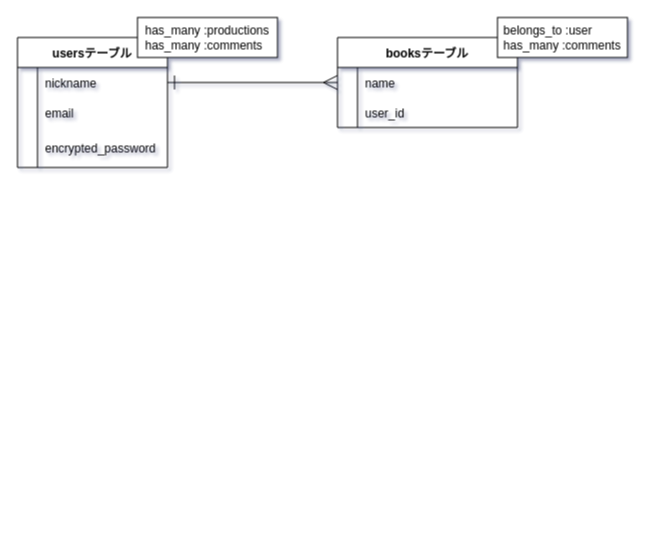
SettingTom/read-tech keeps this draw.io diagram as ER.dio. Above is the earlier version. Source tidied: cells renumbered, new cells numbered last; positions are measured from the earlier drawing's top-left corner, leaving out a move shared by most shapes. Both pictures are drawn from the tidied source at 100%, with x=0, y=0 at pixel (17, 17).
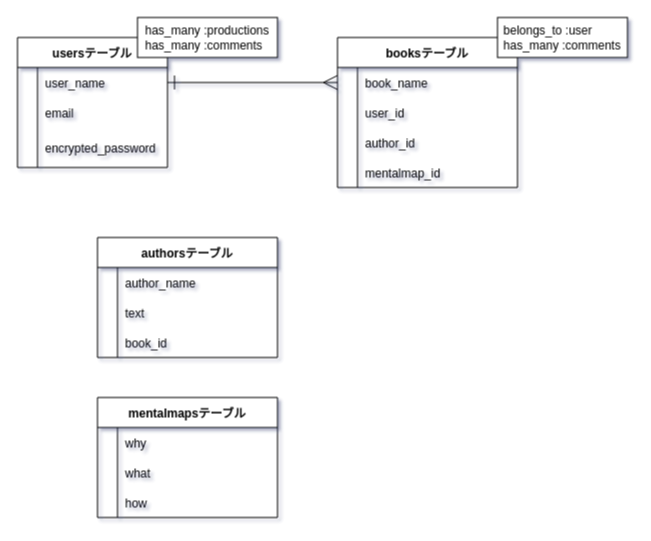
After the change.

Commit message:
ER図作成　途中

The change refers to these unchanged cells:
```xml
<mxCell id="3" style="shape=partialRectangle;fillColor=none;top=0;left=0;bottom=0;right=0;points=[[0,0.5],[1,0.5]];portConstraint=eastwest;" parent="2" vertex="1">
  <mxGeometry y="30" width="150" height="30" as="geometry" />
</mxCell>
<mxCell id="13" style="shape=partialRectangle;fillColor=none;top=0;left=0;bottom=0;right=0;points=[[0,0.5],[1,0.5]];portConstraint=eastwest;" parent="12" vertex="1">
  <mxGeometry y="30" width="180" height="30" as="geometry" />
</mxCell>
```

Change to the diagram source:
```diff
@@
-    <mxCell id="5" value="nickname" style="shape=partialRectangle;fillColor=none;top=0;left=0;bottom=0;right=0;align=left;spacingLeft=6;overflow=hidden;" parent="3" vertex="1">
+    <mxCell id="5" value="user_name" style="shape=partialRectangle;fillColor=none;top=0;left=0;bottom=0;right=0;align=left;spacingLeft=6;overflow=hidden;" parent="3" vertex="1">
       <mxGeometry x="20" width="130" height="30" as="geometry" />
     </mxCell>
@@
     <mxCell id="12" value="booksテーブル" style="shape=table;startSize=30;childLayout=tableLayout;rowLines=0;fontStyle=1;align=center;" parent="1" vertex="1">
-      <mxGeometry x="320" y="20" width="180" height="90" as="geometry" />
+      <mxGeometry x="320" y="20" width="180" height="150" as="geometry" />
     </mxCell>
@@
-    <mxCell id="15" value="name" style="shape=partialRectangle;fillColor=none;top=0;left=0;bottom=0;right=0;align=left;spacingLeft=6;overflow=hidden;labelBorderColor=none;" parent="13" vertex="1">
+    <mxCell id="15" value="book_name" style="shape=partialRectangle;fillColor=none;top=0;left=0;bottom=0;right=0;align=left;spacingLeft=6;overflow=hidden;labelBorderColor=none;" parent="13" vertex="1">
       <mxGeometry x="20" width="160" height="30" as="geometry" />
     </mxCell>
@@
+    <mxCell id="23" style="shape=partialRectangle;fillColor=none;top=0;left=0;bottom=0;right=0;" parent="12" vertex="1">
+      <mxGeometry y="90" width="180" height="30" as="geometry" />
+    </mxCell>
+    <mxCell id="24" style="shape=partialRectangle;fillColor=none;top=0;left=0;bottom=0;right=0;overflow=hidden;" parent="23" vertex="1">
+      <mxGeometry width="20" height="30" as="geometry" />
+    </mxCell>
+    <mxCell id="25" value="author_id" style="shape=partialRectangle;fillColor=none;top=0;left=0;bottom=0;right=0;align=left;spacingLeft=6;overflow=hidden;" parent="23" vertex="1">
+      <mxGeometry x="20" width="160" height="30" as="geometry" />
+    </mxCell>
+    <mxCell id="26" style="shape=partialRectangle;fillColor=none;top=0;left=0;bottom=0;right=0;" parent="12" vertex="1">
+      <mxGeometry y="120" width="180" height="30" as="geometry" />
+    </mxCell>
+    <mxCell id="27" style="shape=partialRectangle;fillColor=none;top=0;left=0;bottom=0;right=0;overflow=hidden;" parent="26" vertex="1">
+      <mxGeometry width="20" height="30" as="geometry" />
+    </mxCell>
+    <mxCell id="28" value="mentalmap_id" style="shape=partialRectangle;fillColor=none;top=0;left=0;bottom=0;right=0;align=left;spacingLeft=6;overflow=hidden;" parent="26" vertex="1">
+      <mxGeometry x="20" width="160" height="30" as="geometry" />
+    </mxCell>
@@
+    <mxCell id="29" value="authorsテーブル" style="shape=table;startSize=30;childLayout=tableLayout;rowLines=0;fontStyle=1;align=center;" parent="1" vertex="1">
+      <mxGeometry x="80" y="220" width="180" height="120" as="geometry" />
+    </mxCell>
+    <mxCell id="30" style="shape=partialRectangle;fillColor=none;top=0;left=0;bottom=0;right=0;" parent="29" vertex="1">
+      <mxGeometry y="30" width="180" height="30" as="geometry" />
+    </mxCell>
+    <mxCell id="31" style="shape=partialRectangle;fillColor=none;top=0;left=0;bottom=0;right=0;overflow=hidden;" parent="30" vertex="1">
+      <mxGeometry width="20" height="30" as="geometry" />
+    </mxCell>
+    <mxCell id="32" value="author_name" style="shape=partialRectangle;fillColor=none;top=0;left=0;bottom=0;right=0;align=left;spacingLeft=6;overflow=hidden;labelBorderColor=none;" parent="30" vertex="1">
+      <mxGeometry x="20" width="160" height="30" as="geometry" />
+    </mxCell>
+    <mxCell id="33" style="shape=partialRectangle;fillColor=none;top=0;left=0;bottom=0;right=0;" parent="29" vertex="1">
+      <mxGeometry y="60" width="180" height="30" as="geometry" />
+    </mxCell>
+    <mxCell id="34" style="shape=partialRectangle;fillColor=none;top=0;left=0;bottom=0;right=0;overflow=hidden;" parent="33" vertex="1">
+      <mxGeometry width="20" height="30" as="geometry" />
+    </mxCell>
+    <mxCell id="35" value="text" style="shape=partialRectangle;fillColor=none;top=0;left=0;bottom=0;right=0;align=left;spacingLeft=6;overflow=hidden;" parent="33" vertex="1">
+      <mxGeometry x="20" width="160" height="30" as="geometry" />
+    </mxCell>
+    <mxCell id="36" style="shape=partialRectangle;fillColor=none;top=0;left=0;bottom=0;right=0;" parent="29" vertex="1">
+      <mxGeometry y="90" width="180" height="30" as="geometry" />
+    </mxCell>
+    <mxCell id="37" style="shape=partialRectangle;fillColor=none;top=0;left=0;bottom=0;right=0;overflow=hidden;" parent="36" vertex="1">
+      <mxGeometry width="20" height="30" as="geometry" />
+    </mxCell>
+    <mxCell id="38" value="book_id" style="shape=partialRectangle;fillColor=none;top=0;left=0;bottom=0;right=0;align=left;spacingLeft=6;overflow=hidden;" parent="36" vertex="1">
+      <mxGeometry x="20" width="160" height="30" as="geometry" />
+    </mxCell>
+    <mxCell id="39" value="mentalmapsテーブル" style="shape=table;startSize=30;childLayout=tableLayout;rowLines=0;fontStyle=1;align=center;" parent="1" vertex="1">
+      <mxGeometry x="80" y="380" width="180" height="120" as="geometry" />
+    </mxCell>
+    <mxCell id="40" style="shape=partialRectangle;fillColor=none;top=0;left=0;bottom=0;right=0;" parent="39" vertex="1">
+      <mxGeometry y="30" width="180" height="30" as="geometry" />
+    </mxCell>
+    <mxCell id="41" style="shape=partialRectangle;fillColor=none;top=0;left=0;bottom=0;right=0;overflow=hidden;" parent="40" vertex="1">
+      <mxGeometry width="20" height="30" as="geometry" />
+    </mxCell>
+    <mxCell id="42" value="why" style="shape=partialRectangle;fillColor=none;top=0;left=0;bottom=0;right=0;align=left;spacingLeft=6;overflow=hidden;labelBorderColor=none;" parent="40" vertex="1">
+      <mxGeometry x="20" width="160" height="30" as="geometry" />
+    </mxCell>
+    <mxCell id="43" style="shape=partialRectangle;fillColor=none;top=0;left=0;bottom=0;right=0;" parent="39" vertex="1">
+      <mxGeometry y="60" width="180" height="30" as="geometry" />
+    </mxCell>
+    <mxCell id="44" style="shape=partialRectangle;fillColor=none;top=0;left=0;bottom=0;right=0;overflow=hidden;" parent="43" vertex="1">
+      <mxGeometry width="20" height="30" as="geometry" />
+    </mxCell>
+    <mxCell id="45" value="what" style="shape=partialRectangle;fillColor=none;top=0;left=0;bottom=0;right=0;align=left;spacingLeft=6;overflow=hidden;" parent="43" vertex="1">
+      <mxGeometry x="20" width="160" height="30" as="geometry" />
+    </mxCell>
+    <mxCell id="46" style="shape=partialRectangle;fillColor=none;top=0;left=0;bottom=0;right=0;" parent="39" vertex="1">
+      <mxGeometry y="90" width="180" height="30" as="geometry" />
+    </mxCell>
+    <mxCell id="47" style="shape=partialRectangle;fillColor=none;top=0;left=0;bottom=0;right=0;overflow=hidden;" parent="46" vertex="1">
+      <mxGeometry width="20" height="30" as="geometry" />
+    </mxCell>
+    <mxCell id="48" value="how" style="shape=partialRectangle;fillColor=none;top=0;left=0;bottom=0;right=0;align=left;spacingLeft=6;overflow=hidden;" parent="46" vertex="1">
+      <mxGeometry x="20" width="160" height="30" as="geometry" />
+    </mxCell>
```
